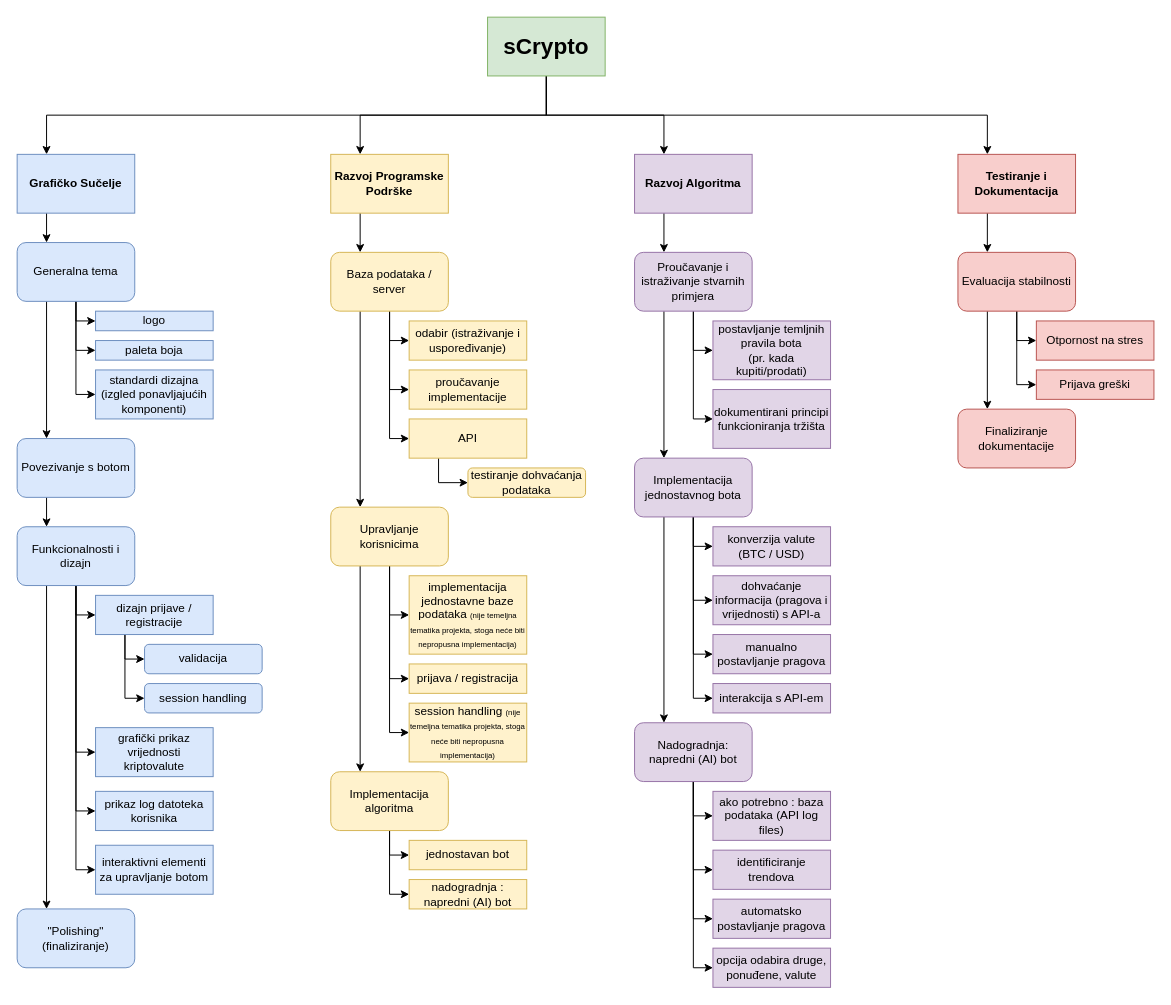
Before: WBS_sCrypto.drawio in MSrica/sCrypto, a draw.io diagram. Source tidied: cells renumbered, new cells numbered last; positions are measured from the earlier drawing's top-left corner, leaving out a move shared by most shapes. Both pictures are drawn from the tidied source at 98%, with x=0, y=0 at pixel (17, 17).
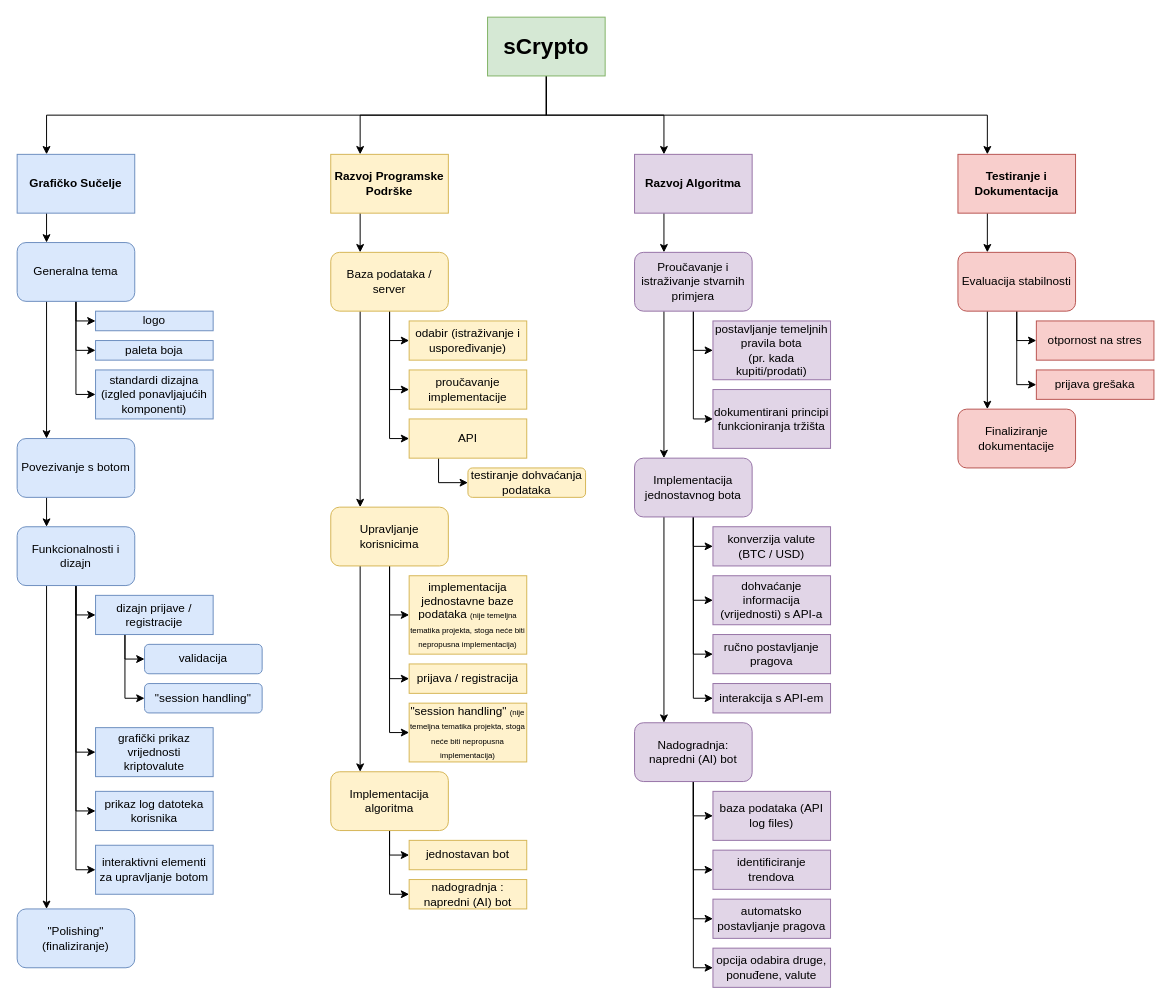
Above is the later version.

Commit message:
Issue WBS dijagram #3 minor fixes

The edit, as a diff of the source:
```diff
@@
-    <mxCell id="49" value="session handling  &lt;font style=&quot;font-size: 8px&quot;&gt;(nije temeljna tematika projekta, stoga neće biti nepropusna implementacija)&lt;/font&gt;" style="rounded=0;whiteSpace=wrap;html=1;fillColor=#fff2cc;strokeColor=#d6b656;" parent="1" vertex="1">
+    <mxCell id="49" value="&quot;session handling&quot;  &lt;font style=&quot;font-size: 8px&quot;&gt;(nije temeljna tematika projekta, stoga neće biti nepropusna implementacija)&lt;/font&gt;" style="rounded=0;whiteSpace=wrap;html=1;fillColor=#fff2cc;strokeColor=#d6b656;" parent="1" vertex="1">
       <mxGeometry x="400" y="700" width="120" height="60" as="geometry" />
     </mxCell>
@@
-    <mxCell id="59" value="&lt;div&gt;postavljanje temljnih pravila bota &lt;br&gt;&lt;/div&gt;&lt;div&gt;(pr. kada kupiti/prodati)&lt;br&gt;&lt;/div&gt;" style="rounded=0;whiteSpace=wrap;html=1;fillColor=#e1d5e7;strokeColor=#9673a6;" parent="1" vertex="1">
+    <mxCell id="59" value="&lt;div&gt;postavljanje temeljnih pravila bota &lt;br&gt;&lt;/div&gt;&lt;div&gt;(pr. kada kupiti/prodati)&lt;br&gt;&lt;/div&gt;" style="rounded=0;whiteSpace=wrap;html=1;fillColor=#e1d5e7;strokeColor=#9673a6;" parent="1" vertex="1">
       <mxGeometry x="710" y="310" width="120" height="60" as="geometry" />
     </mxCell>
@@
-    <mxCell id="72" value="manualno postavljanje pragova" style="rounded=0;whiteSpace=wrap;html=1;fillColor=#e1d5e7;strokeColor=#9673a6;" parent="1" vertex="1">
+    <mxCell id="72" value="ručno postavljanje pragova" style="rounded=0;whiteSpace=wrap;html=1;fillColor=#e1d5e7;strokeColor=#9673a6;" parent="1" vertex="1">
       <mxGeometry x="710" y="630" width="120" height="40" as="geometry" />
     </mxCell>
@@
-    <mxCell id="74" value="dohvaćanje informacija (pragova i vrijednosti) s API-a" style="rounded=0;whiteSpace=wrap;html=1;fillColor=#e1d5e7;strokeColor=#9673a6;" parent="1" vertex="1">
+    <mxCell id="74" value="dohvaćanje informacija (vrijednosti) s API-a" style="rounded=0;whiteSpace=wrap;html=1;fillColor=#e1d5e7;strokeColor=#9673a6;" parent="1" vertex="1">
       <mxGeometry x="710" y="570" width="120" height="50" as="geometry" />
     </mxCell>
@@
-    <mxCell id="81" value="ako potrebno : baza podataka (API log files) " style="rounded=0;whiteSpace=wrap;html=1;fillColor=#e1d5e7;strokeColor=#9673a6;" parent="1" vertex="1">
+    <mxCell id="81" value="baza podataka (API log files) " style="rounded=0;whiteSpace=wrap;html=1;fillColor=#e1d5e7;strokeColor=#9673a6;" parent="1" vertex="1">
       <mxGeometry x="710" y="790" width="120" height="50" as="geometry" />
     </mxCell>
@@
-    <mxCell id="83" value="session handling" style="rounded=1;whiteSpace=wrap;html=1;fillColor=#dae8fc;strokeColor=#6c8ebf;" parent="1" vertex="1">
+    <mxCell id="83" value="&quot;session handling&quot;" style="rounded=1;whiteSpace=wrap;html=1;fillColor=#dae8fc;strokeColor=#6c8ebf;" parent="1" vertex="1">
       <mxGeometry x="130" y="680" width="120" height="30" as="geometry" />
     </mxCell>
@@
-    <mxCell id="92" value="Otpornost na stres" style="rounded=0;whiteSpace=wrap;html=1;fillColor=#f8cecc;strokeColor=#b85450;" parent="1" vertex="1">
+    <mxCell id="92" value="otpornost na stres" style="rounded=0;whiteSpace=wrap;html=1;fillColor=#f8cecc;strokeColor=#b85450;" parent="1" vertex="1">
       <mxGeometry x="1040" y="310" width="120" height="40" as="geometry" />
     </mxCell>
-    <mxCell id="93" value="Prijava greški" style="rounded=0;whiteSpace=wrap;html=1;fillColor=#f8cecc;strokeColor=#b85450;" parent="1" vertex="1">
+    <mxCell id="93" value="prijava grešaka" style="rounded=0;whiteSpace=wrap;html=1;fillColor=#f8cecc;strokeColor=#b85450;" parent="1" vertex="1">
       <mxGeometry x="1040" y="360" width="120" height="30" as="geometry" />
     </mxCell>
```
